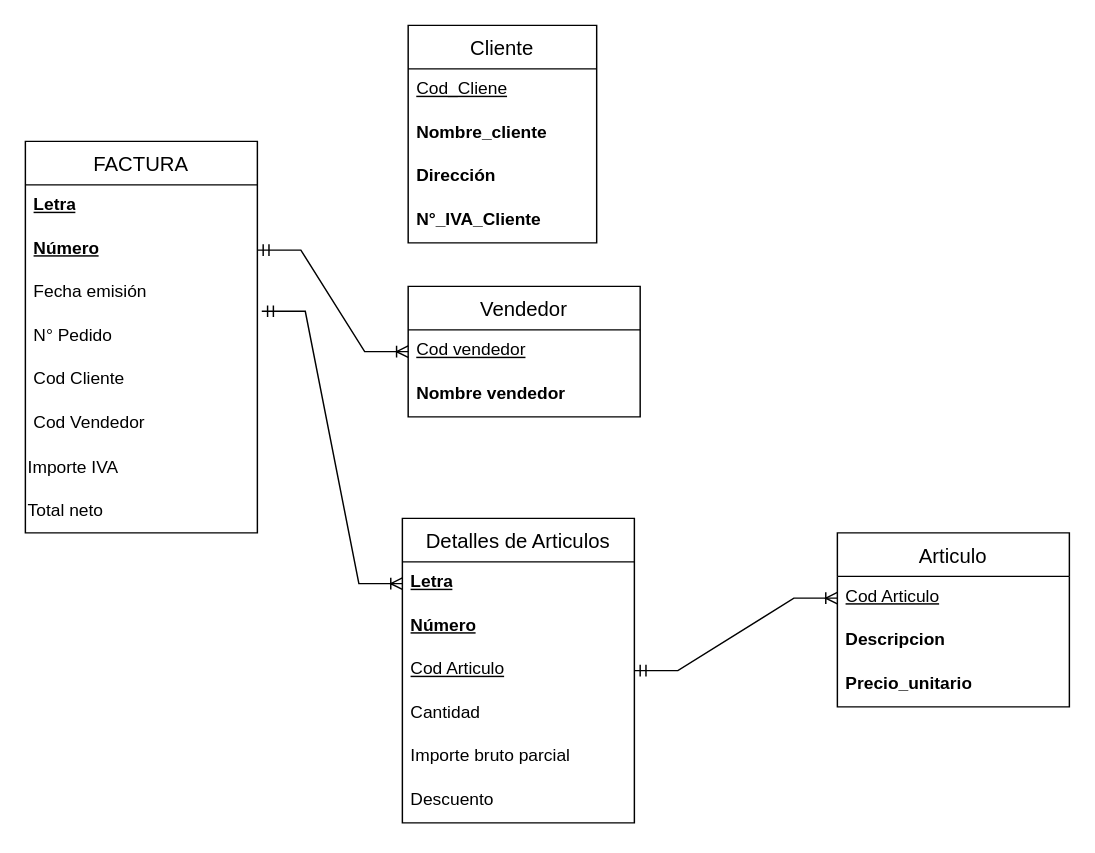
Before: page "DER" (3 of 3) of FACTURA-GRUPO11.drawio in Ailenmarina/Grupo11, a draw.io diagram. Source tidied: cells renumbered, new cells numbered last; positions are measured from the earlier drawing's top-left corner, leaving out a move shared by most shapes. Both pictures are drawn from the tidied source at 145%, with x=0, y=0 at pixel (25, 25).
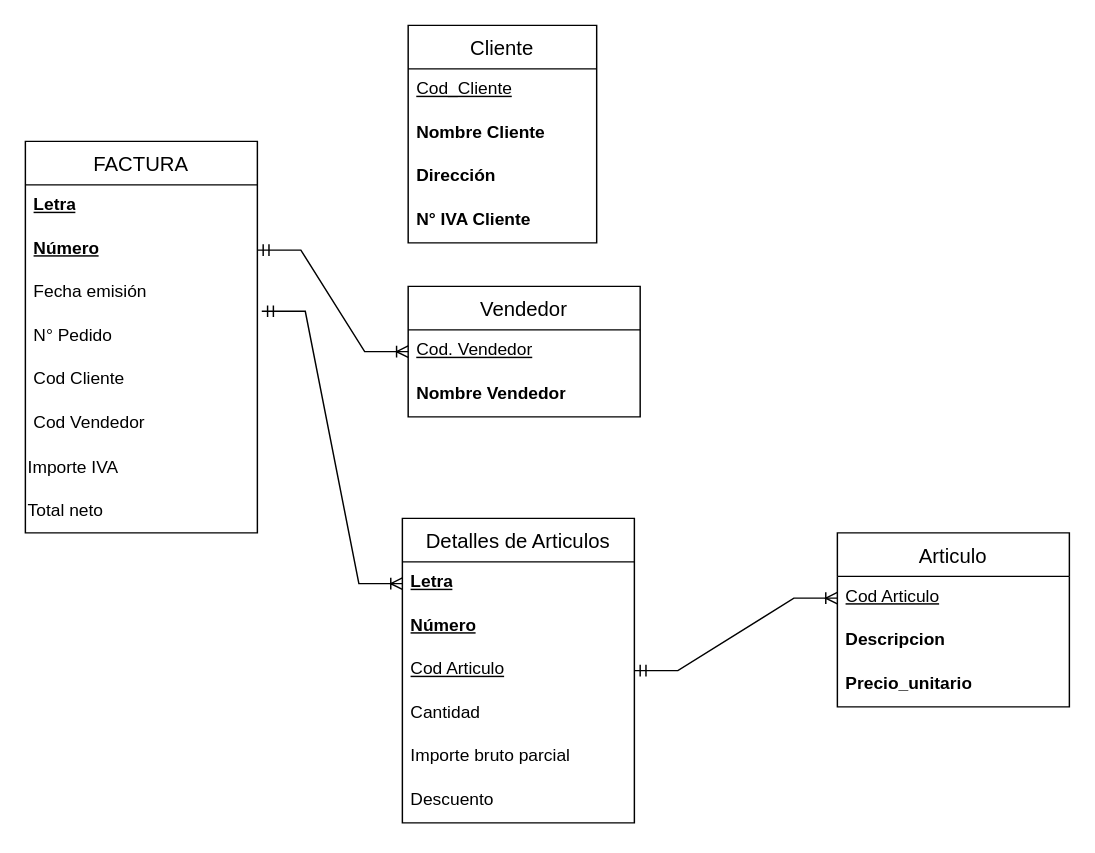
The same diagram, later.

The change refers to these unchanged cells:
```xml
<mxCell id="22" value="Cliente" style="swimlane;fontStyle=0;horizontal=1;startSize=30;align=center;fontSize=14;labelBackgroundColor=none;" parent="1" vertex="1">
  <mxGeometry x="264" width="130" height="150" as="geometry" />
</mxCell>
<mxCell id="27" value="Vendedor" style="swimlane;fontStyle=0;horizontal=1;startSize=30;align=center;fontSize=14;labelBackgroundColor=none;" parent="1" vertex="1">
  <mxGeometry x="264" y="180" width="160" height="90" as="geometry" />
</mxCell>
```

The edit, as a diff of the source:
```diff
@@
-    <mxCell id="23" value="&lt;u&gt;Cod_Cliene&lt;/u&gt;" style="text;strokeColor=none;fillColor=none;spacingLeft=4;spacingRight=4;overflow=hidden;fontSize=12;whiteSpace=wrap;html=1;labelBackgroundColor=none;" parent="22" vertex="1">
+    <mxCell id="23" value="&lt;u&gt;Cod_Cliente&lt;/u&gt;" style="text;strokeColor=none;fillColor=none;spacingLeft=4;spacingRight=4;overflow=hidden;fontSize=12;whiteSpace=wrap;html=1;labelBackgroundColor=none;" parent="22" vertex="1">
       <mxGeometry y="30" width="130" height="30" as="geometry" />
     </mxCell>
-    <mxCell id="24" value="&lt;b&gt;Nombre_cliente&lt;/b&gt;" style="text;strokeColor=none;fillColor=none;spacingLeft=4;spacingRight=4;overflow=hidden;fontSize=12;whiteSpace=wrap;html=1;labelBackgroundColor=none;" parent="22" vertex="1">
+    <mxCell id="24" value="&lt;b&gt;Nombre Cliente&lt;/b&gt;" style="text;strokeColor=none;fillColor=none;spacingLeft=4;spacingRight=4;overflow=hidden;fontSize=12;whiteSpace=wrap;html=1;labelBackgroundColor=none;" parent="22" vertex="1">
       <mxGeometry y="60" width="130" height="30" as="geometry" />
     </mxCell>
@@
-    <mxCell id="26" value="&lt;b&gt;N°_IVA_Cliente&lt;/b&gt;" style="text;strokeColor=none;fillColor=none;spacingLeft=4;spacingRight=4;overflow=hidden;fontSize=12;whiteSpace=wrap;html=1;labelBackgroundColor=none;" parent="22" vertex="1">
+    <mxCell id="26" value="&lt;b&gt;N° IVA Cliente&lt;/b&gt;" style="text;strokeColor=none;fillColor=none;spacingLeft=4;spacingRight=4;overflow=hidden;fontSize=12;whiteSpace=wrap;html=1;labelBackgroundColor=none;" parent="22" vertex="1">
       <mxGeometry y="120" width="130" height="30" as="geometry" />
     </mxCell>
@@
-    <mxCell id="28" value="&lt;u&gt;Cod vendedor&lt;span style=&quot;white-space: pre;&quot;&gt;&#9;&lt;/span&gt;&lt;/u&gt;" style="text;strokeColor=none;fillColor=none;spacingLeft=4;spacingRight=4;overflow=hidden;points=[[0,0.5],[1,0.5]];portConstraint=eastwest;fontSize=12;whiteSpace=wrap;html=1;labelBackgroundColor=none;" parent="27" vertex="1">
+    <mxCell id="28" value="&lt;u&gt;Cod. Vendedor&lt;span style=&quot;white-space: pre;&quot;&gt;&#9;&lt;/span&gt;&lt;/u&gt;" style="text;strokeColor=none;fillColor=none;spacingLeft=4;spacingRight=4;overflow=hidden;points=[[0,0.5],[1,0.5]];portConstraint=eastwest;fontSize=12;whiteSpace=wrap;html=1;labelBackgroundColor=none;" parent="27" vertex="1">
       <mxGeometry y="30" width="160" height="30" as="geometry" />
     </mxCell>
-    <mxCell id="29" value="&lt;b&gt;Nombre vendedor&lt;/b&gt;" style="text;strokeColor=none;fillColor=none;spacingLeft=4;spacingRight=4;overflow=hidden;fontSize=12;whiteSpace=wrap;html=1;labelBackgroundColor=none;" parent="27" vertex="1">
+    <mxCell id="29" value="&lt;b&gt;Nombre Vendedor&lt;/b&gt;" style="text;strokeColor=none;fillColor=none;spacingLeft=4;spacingRight=4;overflow=hidden;fontSize=12;whiteSpace=wrap;html=1;labelBackgroundColor=none;" parent="27" vertex="1">
       <mxGeometry y="60" width="160" height="30" as="geometry" />
     </mxCell>
```
